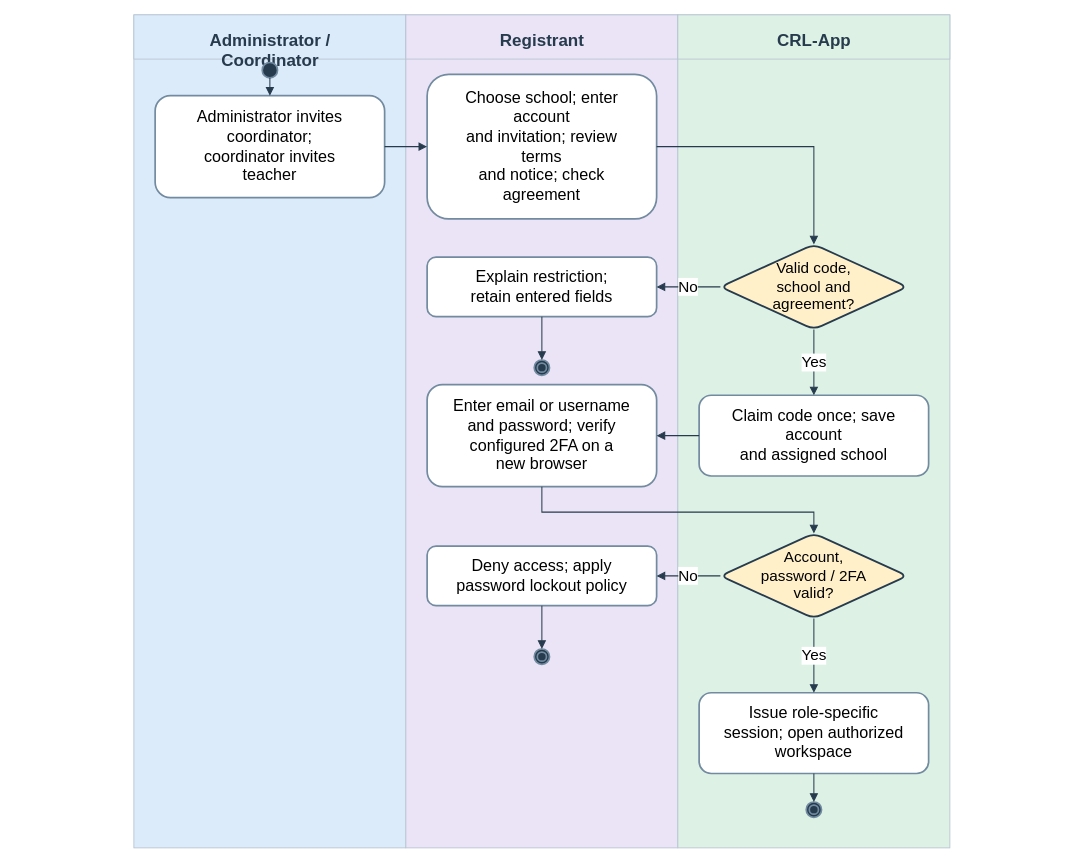
This is docs/diagrams/class-workspaces/figure-13-authentication.drawio from AkuSayangKamuJudaSayang/crl-app, a draw.io file, before an edit. Source tidied: cells renumbered, new cells numbered last; positions are measured from the earlier drawing's top-left corner, leaving out a move shared by most shapes. Both pictures are drawn from the tidied source at 85%, with x=0, y=0 at pixel (14, 14).
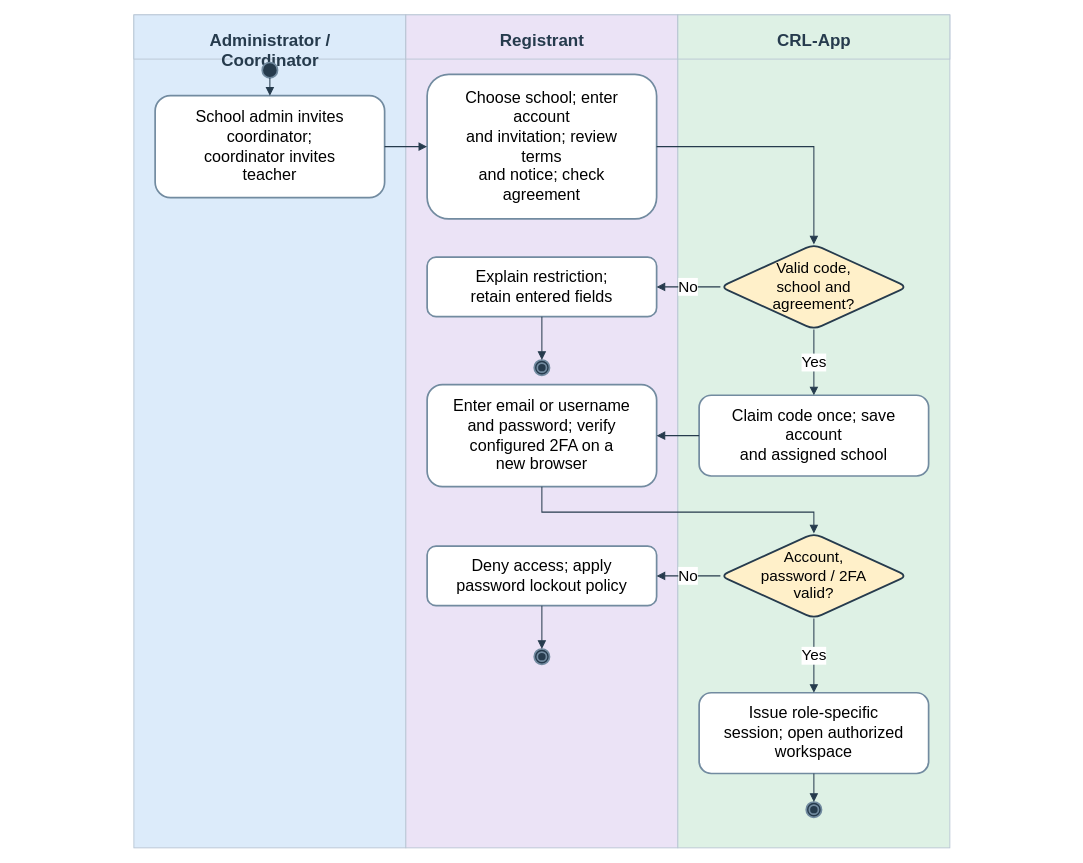
Above is the later version.

What changed in the source:
```diff
@@
-    <mxCell id="12" value="Administrator invites&lt;br&gt;coordinator;&lt;br&gt;coordinator invites&lt;br&gt;teacher" style="rounded=1;whiteSpace=wrap;html=1;fontFamily=Arial;fillColor=#ffffff;strokeColor=#728ba0;strokeWidth=2;fontSize=19;" parent="1" vertex="1">
+    <mxCell id="12" value="School admin invites&lt;br&gt;coordinator;&lt;br&gt;coordinator invites&lt;br&gt;teacher" style="rounded=1;whiteSpace=wrap;html=1;fontFamily=Arial;fillColor=#ffffff;strokeColor=#728ba0;strokeWidth=2;fontSize=19;" parent="1" vertex="1">
       <mxGeometry x="165" y="95" width="270" height="120" as="geometry" />
     </mxCell>
```
